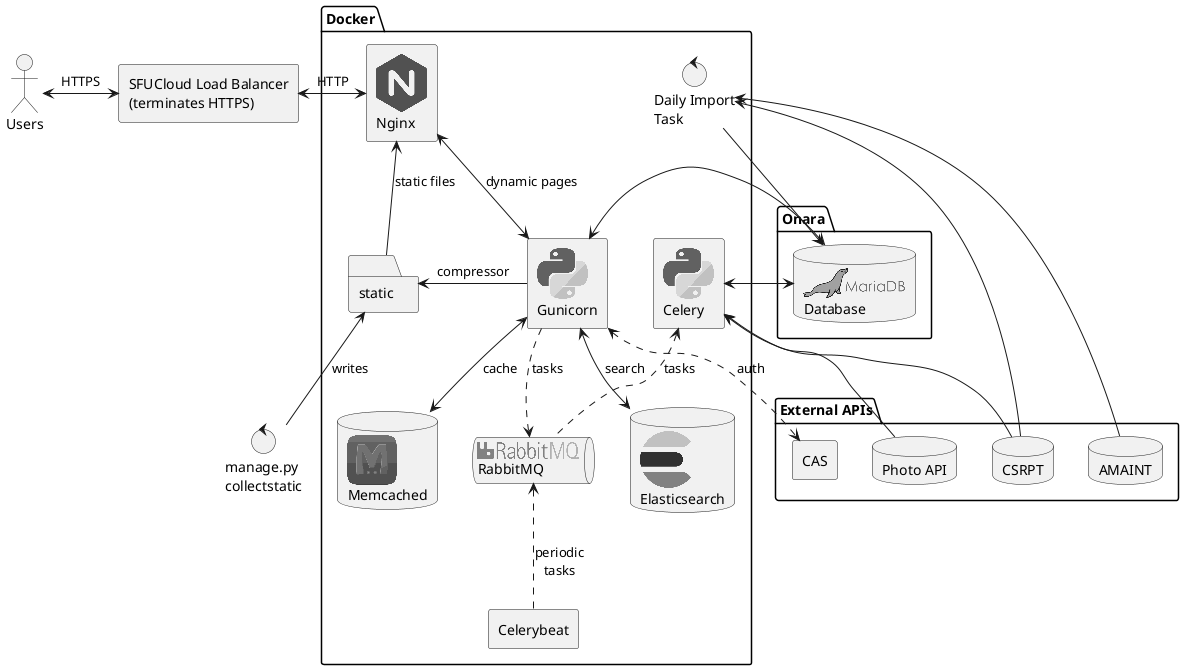
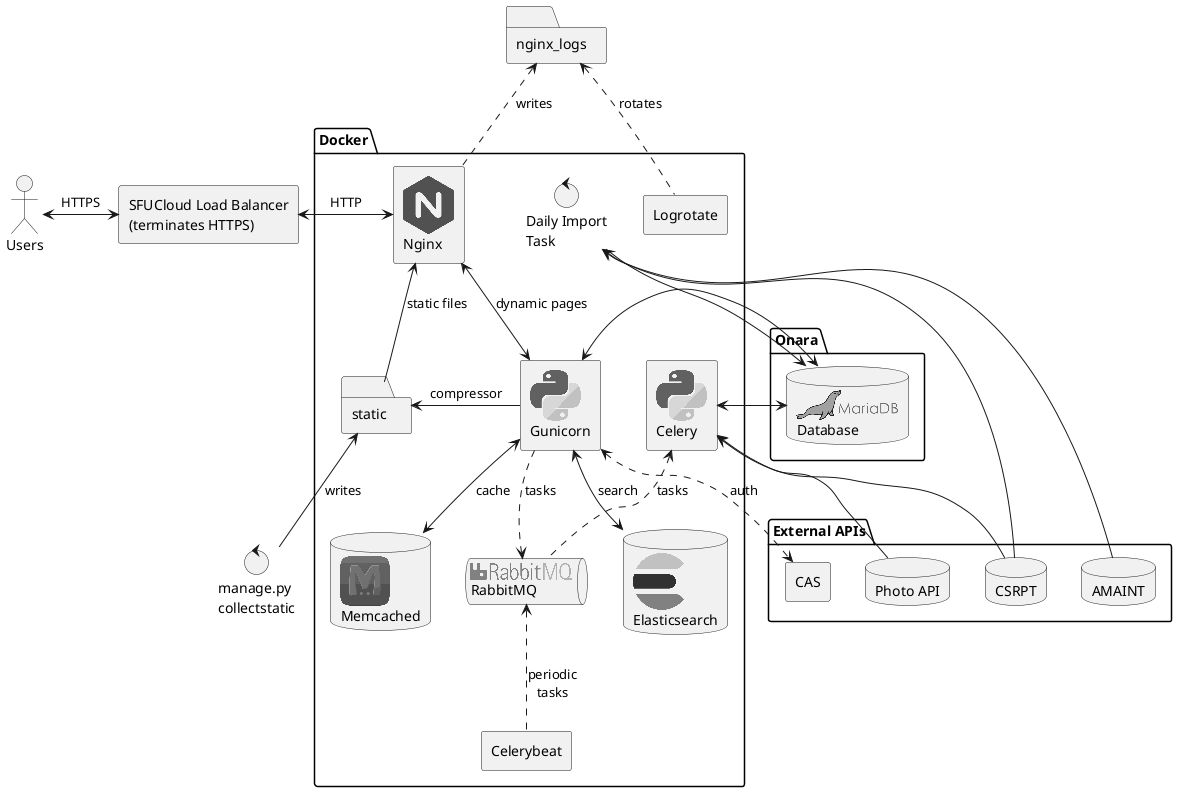
' To generate diagram:
' sudo apt install plantuml
' plantuml arch.puml

' https://github.com/plantuml/plantuml-stdlib/tree/master/stdlib/logos

@startuml

!include <logos/nginx>
!include <logos/gunicorn>
!include <logos/django>
!include <logos/rabbitmq>
!include <logos/ruby>
!include <logos/python>
!include <logos/rabbitmq>
!include <logos/memcached>
!include <logos/elasticsearch>
!include <logos/mariadb>

actor Users as users

agent "SFUCloud Load Balancer\n(terminates HTTPS)" as lb

users <-> lb : HTTPS

'artifact "<$django>\nApplication Code" as django
control "manage.py\ncollectstatic" as collectstatic


package "Docker" {
    folder "static" as static
    control "Daily Import\nTask" as import

    agent "<$python>\nCelery" as celery
    agent "Celerybeat" as celerybeat
    agent "<$nginx>\nNginx" as nginx
    agent "<$python>\nGunicorn" as gunicorn

    queue "<$rabbitmq>\nRabbitMQ" as rabbitmq
    database "<$memcached>\nMemcached" as memcached
    database "<$elasticsearch>\nElasticsearch" as elasticsearch
+     agent "Logrotate" as logrotate

    static <-- collectstatic : "writes"
    gunicorn -> static : "compressor"
    nginx <-- static : static files
    nginx <--> gunicorn : dynamic pages
- 
-     'gunicorn ..> django : runs
-     'django <.. celery : "runs\n~*/tasks.py"
- 
-     'celery .> import : task
-     'django <.. import : runs

    gunicorn ..> rabbitmq : tasks
    celery <.. rabbitmq : tasks
    gunicorn <--> memcached : cache
    gunicorn <--> elasticsearch : search
    rabbitmq <.. celerybeat : periodic\ntasks
}

package "Onara" {
    database "<$mariadb>\nDatabase" as db
}

nginx <-> lb : HTTP
gunicorn <-> db
celery <--> db
- 'import --> db
db <- import

package "External APIs" {
    database "CSRPT" as csrpt
    agent "CAS" as cas
    database "Photo API" as photo
    database "AMAINT" as amaint
}

- 'import <-- csrpt
csrpt -> import
celery <-- csrpt
gunicorn <..> cas : auth
celery <-- photo
- 'import <-- amaint
amaint -> import

+ folder "nginx_logs" as nginx_logs
+ nginx_logs <.. nginx : writes
+ nginx_logs <.. logrotate : rotates
+ 
@enduml
